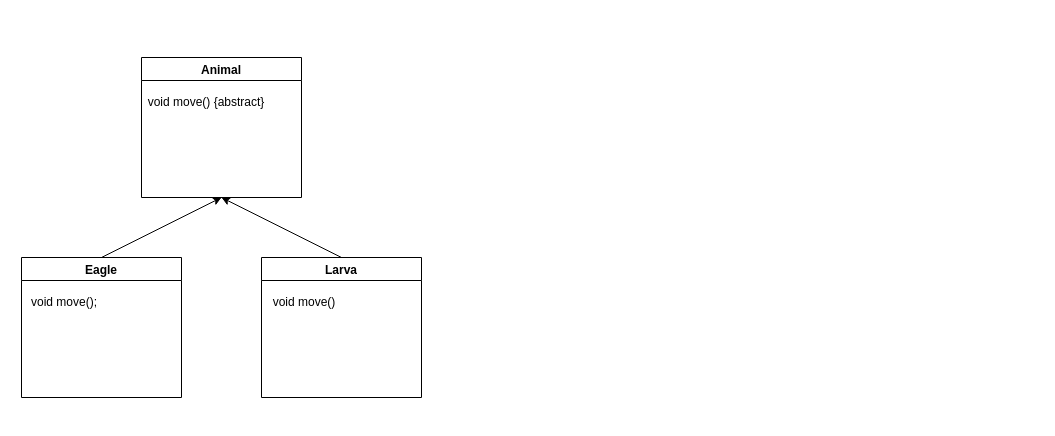
The draw.io diagram 추상 클래스, 인터페이스.drawio in jilpoom/AbstractClass, before the edit. Source tidied: cells renumbered, new cells numbered last; positions are measured from the earlier drawing's top-left corner, leaving out a move shared by most shapes. Both pictures are drawn from the tidied source at 100%, with x=0, y=0 at pixel (17, 57).
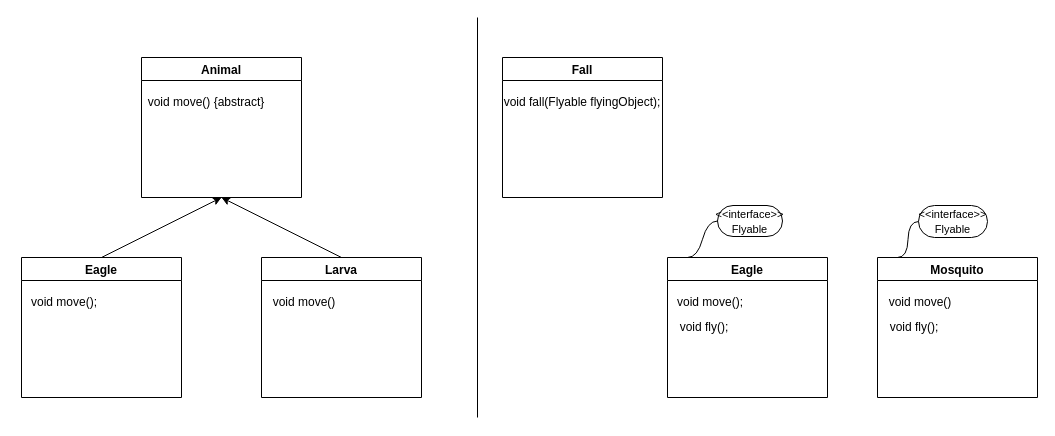
Above is the later version.

Commit message (it also covers changes not shown here):
추상 클래스, 인터페이스.drawio 업데이트

The edit, as a diff of the source:
```diff
@@
+    <mxCell id="10" style="endArrow=none;html=1;rounded=0;" parent="1" edge="1">
+      <mxGeometry relative="1" as="geometry">
+        <mxPoint x="460" y="360" as="sourcePoint" />
+        <mxPoint x="460" y="-40" as="targetPoint" />
+      </mxGeometry>
+    </mxCell>
+    <mxCell id="11" value="Fall" style="swimlane;" parent="1" vertex="1">
+      <mxGeometry x="485" width="160" height="140" as="geometry" />
+    </mxCell>
+    <mxCell id="12" value="void fall(Flyable flyingObject);" style="text;html=1;strokeColor=none;fillColor=none;align=center;verticalAlign=middle;whiteSpace=wrap;rounded=0;" parent="11" vertex="1">
+      <mxGeometry y="30" width="160" height="30" as="geometry" />
+    </mxCell>
+    <mxCell id="13" value="Eagle" style="swimlane;" parent="1" vertex="1">
+      <mxGeometry x="650" y="200" width="160" height="140" as="geometry" />
+    </mxCell>
+    <mxCell id="14" value="void move();" style="text;html=1;strokeColor=none;fillColor=none;align=center;verticalAlign=middle;whiteSpace=wrap;rounded=0;" parent="13" vertex="1">
+      <mxGeometry x="-4" y="30" width="94" height="30" as="geometry" />
+    </mxCell>
+    <mxCell id="15" value="void fly();" style="text;html=1;strokeColor=none;fillColor=none;align=center;verticalAlign=middle;whiteSpace=wrap;rounded=0;" parent="13" vertex="1">
+      <mxGeometry x="-10" y="55" width="94" height="30" as="geometry" />
+    </mxCell>
+    <mxCell id="16" value="Mosquito" style="swimlane;" parent="1" vertex="1">
+      <mxGeometry x="860" y="200" width="160" height="140" as="geometry" />
+    </mxCell>
+    <mxCell id="17" value="void move()" style="text;html=1;strokeColor=none;fillColor=none;align=center;verticalAlign=middle;whiteSpace=wrap;rounded=0;" parent="16" vertex="1">
+      <mxGeometry x="-4" y="30" width="94" height="30" as="geometry" />
+    </mxCell>
+    <mxCell id="18" value="void fly();" style="text;html=1;strokeColor=none;fillColor=none;align=center;verticalAlign=middle;whiteSpace=wrap;rounded=0;" parent="16" vertex="1">
+      <mxGeometry x="-10" y="55" width="94" height="30" as="geometry" />
+    </mxCell>
+    <mxCell id="19" value="&lt;font style=&quot;font-size: 11px;&quot;&gt;&amp;lt;&amp;lt;interface&amp;gt;&amp;gt;&lt;br&gt;Flyable&lt;/font&gt;" style="whiteSpace=wrap;html=1;rounded=1;arcSize=50;align=center;verticalAlign=middle;strokeWidth=1;spacing=4;newEdgeStyle={&quot;edgeStyle&quot;:&quot;entityRelationEdgeStyle&quot;,&quot;startArrow&quot;:&quot;none&quot;,&quot;endArrow&quot;:&quot;none&quot;,&quot;segment&quot;:10,&quot;curved&quot;:1};" parent="1" vertex="1">
+      <mxGeometry x="700" y="148" width="65" height="31" as="geometry" />
+    </mxCell>
+    <mxCell id="20" style="edgeStyle=entityRelationEdgeStyle;startArrow=none;endArrow=none;segment=10;curved=1;rounded=0;" parent="1" edge="1" target="19">
+      <mxGeometry relative="1" as="geometry">
+        <mxPoint x="670" y="200" as="sourcePoint" />
+      </mxGeometry>
+    </mxCell>
+    <mxCell id="21" value="&lt;font style=&quot;font-size: 11px;&quot;&gt;&amp;lt;&amp;lt;interface&amp;gt;&amp;gt;&lt;br&gt;Flyable&lt;/font&gt;" style="whiteSpace=wrap;html=1;rounded=1;arcSize=50;align=center;verticalAlign=middle;strokeWidth=1;spacing=4;newEdgeStyle={&quot;edgeStyle&quot;:&quot;entityRelationEdgeStyle&quot;,&quot;startArrow&quot;:&quot;none&quot;,&quot;endArrow&quot;:&quot;none&quot;,&quot;segment&quot;:10,&quot;curved&quot;:1};direction=west;" parent="1" vertex="1">
+      <mxGeometry x="901" y="148" width="69" height="32" as="geometry" />
+    </mxCell>
+    <mxCell id="22" style="edgeStyle=entityRelationEdgeStyle;startArrow=none;endArrow=none;segment=10;curved=1;rounded=0;" parent="1" edge="1" target="21">
+      <mxGeometry relative="1" as="geometry">
+        <mxPoint x="880" y="200" as="sourcePoint" />
+      </mxGeometry>
+    </mxCell>
```
